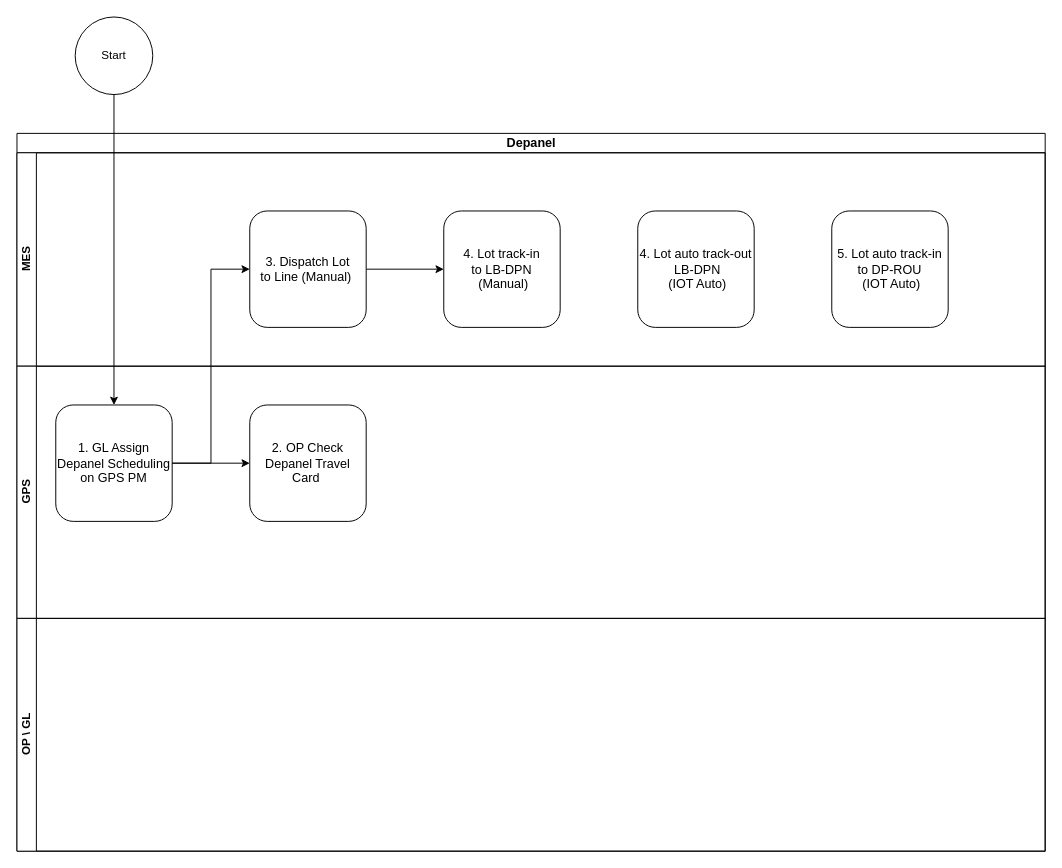
Earlier version of the draw.io diagram MES Flow/Depanel.drawio (vinceliao99/MyDiagrams). Source tidied: cells renumbered, new cells numbered last; positions are measured from the earlier drawing's top-left corner, leaving out a move shared by most shapes. Both pictures are drawn from the tidied source at 97%, with x=0, y=0 at pixel (16, 16).
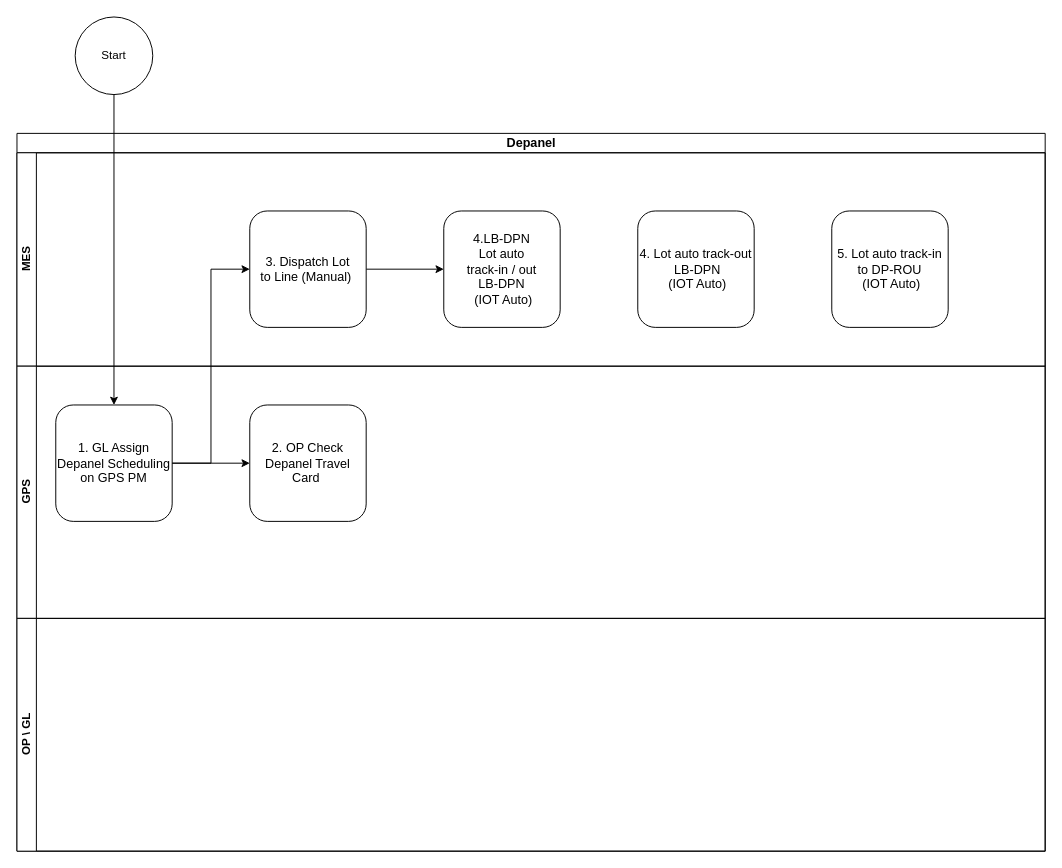
The same page after the edit.

What changed in the source:
```diff
@@
 <mxGraphModel>
   <root>
     <mxCell id="0" />
     <mxCell id="1" parent="0" />
     <mxCell id="2" value="&lt;font style=&quot;font-size: 13px;&quot;&gt;Depanel&lt;/font&gt;" style="swimlane;horizontal=1;startSize=20;html=1;" parent="1" vertex="1">
       <mxGeometry y="120" width="1060" height="740" as="geometry" />
     </mxCell>
     <mxCell id="3" value="MES" style="swimlane;startSize=20;horizontal=0;html=1;" parent="2" vertex="1">
       <mxGeometry y="20" width="1060" height="220" as="geometry" />
     </mxCell>
     <mxCell id="4" style="edgeStyle=orthogonalEdgeStyle;rounded=0;jettySize=auto;html=1;exitX=1;exitY=0.5;exitDx=0;exitDy=0;entryX=0;entryY=0.5;entryDx=0;entryDy=0;" parent="3" edge="1" source="5" target="6">
       <mxGeometry relative="1" as="geometry" />
     </mxCell>
     <mxCell id="5" value="&lt;font style=&quot;font-size: 13px;&quot;&gt;3. Dispatch Lot&lt;br&gt;to Line (Manual)&amp;nbsp;&lt;/font&gt;" style="rounded=1;whiteSpace=wrap;html=1;" parent="3" vertex="1">
       <mxGeometry x="240" y="60" width="120" height="120" as="geometry" />
     </mxCell>
-    <mxCell id="6" value="&lt;font style=&quot;font-size: 13px;&quot;&gt;4. Lot track-in &lt;br&gt;to LB-DPN&lt;br&gt;&amp;nbsp;(Manual)&lt;/font&gt;" style="rounded=1;whiteSpace=wrap;html=1;" parent="3" vertex="1">
+    <mxCell id="6" value="&lt;font style=&quot;font-size: 13px;&quot;&gt;4.LB-DPN&lt;br&gt;Lot auto &lt;br&gt;track-in / out&lt;br&gt;LB-DPN&lt;br&gt;&amp;nbsp;(IOT Auto)&lt;/font&gt;" style="rounded=1;whiteSpace=wrap;html=1;" parent="3" vertex="1">
       <mxGeometry x="440" y="60" width="120" height="120" as="geometry" />
     </mxCell>
     <mxCell id="7" value="&lt;font style=&quot;font-size: 13px;&quot;&gt;4. Lot auto track-out&lt;br&gt;&amp;nbsp;LB-DPN&lt;br&gt;&amp;nbsp;(IOT Auto)&lt;/font&gt;" style="rounded=1;whiteSpace=wrap;html=1;" parent="3" vertex="1">
       <mxGeometry x="640" y="60" width="120" height="120" as="geometry" />
     </mxCell>
     <mxCell id="8" value="&lt;font style=&quot;font-size: 13px;&quot;&gt;5. Lot auto track-in&lt;br&gt;to DP-ROU&lt;br&gt;&amp;nbsp;(IOT Auto)&lt;/font&gt;" style="rounded=1;whiteSpace=wrap;html=1;" parent="3" vertex="1">
       <mxGeometry x="840" y="60" width="120" height="120" as="geometry" />
     </mxCell>
     <mxCell id="9" value="GPS" style="swimlane;startSize=20;horizontal=0;html=1;" parent="2" vertex="1">
       <mxGeometry y="240" width="1060" height="260" as="geometry" />
     </mxCell>
     <mxCell id="10" value="&lt;font style=&quot;font-size: 13px;&quot;&gt;2. OP Check Depanel Travel&lt;br&gt;Card&amp;nbsp;&lt;/font&gt;" style="rounded=1;whiteSpace=wrap;html=1;" parent="9" vertex="1">
       <mxGeometry x="240" y="40" width="120" height="120" as="geometry" />
     </mxCell>
     <mxCell id="11" style="edgeStyle=orthogonalEdgeStyle;rounded=0;jettySize=auto;html=1;exitX=1;exitY=0.5;exitDx=0;exitDy=0;entryX=0;entryY=0.5;entryDx=0;entryDy=0;" parent="9" edge="1" source="12" target="10">
       <mxGeometry relative="1" as="geometry" />
     </mxCell>
     <mxCell id="12" value="&lt;font style=&quot;font-size: 13px;&quot;&gt;1. GL Assign &lt;br&gt;Depanel Scheduling&lt;br&gt;&amp;nbsp;on GPS PM&amp;nbsp;&lt;/font&gt;" style="rounded=1;whiteSpace=wrap;html=1;" parent="9" vertex="1">
       <mxGeometry x="40" y="40" width="120" height="120" as="geometry" />
     </mxCell>
     <mxCell id="13" value="OP \ GL" style="swimlane;startSize=20;horizontal=0;html=1;" parent="2" vertex="1">
       <mxGeometry y="500" width="1060" height="240" as="geometry" />
     </mxCell>
     <mxCell id="14" style="edgeStyle=orthogonalEdgeStyle;rounded=0;jettySize=auto;html=1;exitX=1;exitY=0.5;exitDx=0;exitDy=0;entryX=0;entryY=0.5;entryDx=0;entryDy=0;" parent="2" edge="1" source="12" target="5">
       <mxGeometry relative="1" as="geometry" />
     </mxCell>
     <mxCell id="15" style="edgeStyle=orthogonalEdgeStyle;rounded=0;jettySize=auto;html=1;exitX=0.5;exitY=1;exitDx=0;exitDy=0;entryX=0.5;entryY=0;entryDx=0;entryDy=0;" parent="1" edge="1" source="16" target="12">
       <mxGeometry relative="1" as="geometry" />
     </mxCell>
     <mxCell id="16" value="Start" style="ellipse;whiteSpace=wrap;html=1;" parent="1" vertex="1">
       <mxGeometry x="60" width="80" height="80" as="geometry" />
     </mxCell>
   </root>
 </mxGraphModel>
```
